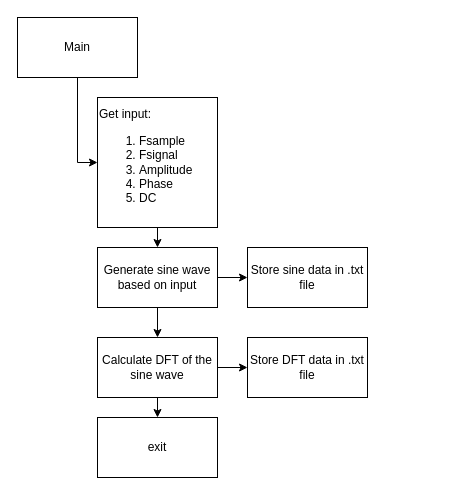
Earlier version of the draw.io diagram Report_Figures/DFT.drawio (broyildiz/5LIU0_Project). Source tidied: cells renumbered, new cells numbered last; positions are measured from the earlier drawing's top-left corner, leaving out a move shared by most shapes. Both pictures are drawn from the tidied source at 100%, with x=0, y=0 at pixel (17, 17).
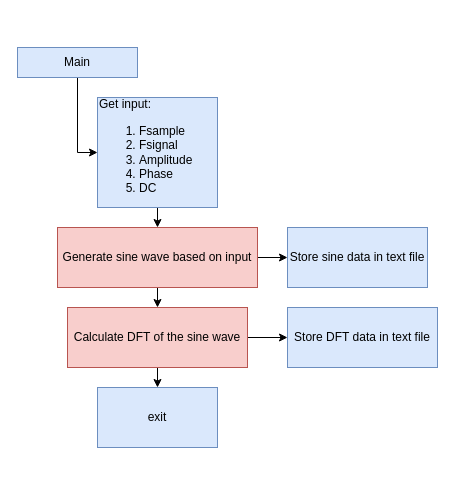
After the change.

The edit, as a diff of the source:
```diff
@@
 <mxGraphModel>
   <root>
     <mxCell id="0" />
     <mxCell id="1" parent="0" />
     <mxCell id="2" style="edgeStyle=orthogonalEdgeStyle;rounded=0;jettySize=auto;html=1;entryX=0;entryY=0.5;entryDx=0;entryDy=0;" parent="1" edge="1" source="3" target="5">
       <mxGeometry relative="1" as="geometry" />
     </mxCell>
-    <mxCell id="3" value="Main" style="rounded=0;whiteSpace=wrap;html=1;" parent="1" vertex="1">
-      <mxGeometry width="120" height="60" as="geometry" />
+    <mxCell id="3" value="Main" style="rounded=0;whiteSpace=wrap;html=1;fillColor=#dae8fc;strokeColor=#6c8ebf;" parent="1" vertex="1">
+      <mxGeometry y="30" width="120" height="30" as="geometry" />
     </mxCell>
     <mxCell id="4" style="edgeStyle=orthogonalEdgeStyle;rounded=0;jettySize=auto;html=1;exitX=0.5;exitY=1;exitDx=0;exitDy=0;entryX=0.5;entryY=0;entryDx=0;entryDy=0;" parent="1" edge="1" source="5" target="8">
       <mxGeometry relative="1" as="geometry" />
     </mxCell>
-    <mxCell id="5" value="Get input:&lt;br&gt;&lt;ol&gt;&lt;li&gt;Fsample&lt;/li&gt;&lt;li&gt;Fsignal&lt;/li&gt;&lt;li&gt;Amplitude&lt;/li&gt;&lt;li&gt;Phase&lt;/li&gt;&lt;li&gt;DC&lt;/li&gt;&lt;/ol&gt;" style="rounded=0;whiteSpace=wrap;html=1;align=left;" parent="1" vertex="1">
-      <mxGeometry x="80" y="80" width="120" height="130" as="geometry" />
+    <mxCell id="5" value="Get input:&lt;br&gt;&lt;ol&gt;&lt;li&gt;Fsample&lt;/li&gt;&lt;li&gt;Fsignal&lt;/li&gt;&lt;li&gt;Amplitude&lt;/li&gt;&lt;li&gt;Phase&lt;/li&gt;&lt;li&gt;DC&lt;/li&gt;&lt;/ol&gt;" style="rounded=0;whiteSpace=wrap;html=1;align=left;fillColor=#dae8fc;strokeColor=#6c8ebf;" parent="1" vertex="1">
+      <mxGeometry x="80" y="80" width="120" height="110" as="geometry" />
     </mxCell>
     <mxCell id="6" style="edgeStyle=orthogonalEdgeStyle;rounded=0;jettySize=auto;html=1;exitX=1;exitY=0.5;exitDx=0;exitDy=0;entryX=0;entryY=0.5;entryDx=0;entryDy=0;" parent="1" edge="1" source="8" target="9">
       <mxGeometry relative="1" as="geometry" />
     </mxCell>
     <mxCell id="7" style="edgeStyle=orthogonalEdgeStyle;rounded=0;jettySize=auto;html=1;exitX=0.5;exitY=1;exitDx=0;exitDy=0;entryX=0.5;entryY=0;entryDx=0;entryDy=0;" parent="1" edge="1" source="8" target="12">
       <mxGeometry relative="1" as="geometry" />
     </mxCell>
-    <mxCell id="8" value="Generate sine wave based on input" style="rounded=0;whiteSpace=wrap;html=1;" parent="1" vertex="1">
-      <mxGeometry x="80" y="230" width="120" height="60" as="geometry" />
+    <mxCell id="8" value="Generate sine wave based on input" style="rounded=0;whiteSpace=wrap;html=1;fillColor=#f8cecc;strokeColor=#b85450;" parent="1" vertex="1">
+      <mxGeometry x="40" y="210" width="200" height="60" as="geometry" />
     </mxCell>
-    <mxCell id="9" value="Store sine data in .txt file" style="rounded=0;whiteSpace=wrap;html=1;" parent="1" vertex="1">
-      <mxGeometry x="230" y="230" width="120" height="60" as="geometry" />
+    <mxCell id="9" value="Store sine data in text file" style="rounded=0;whiteSpace=wrap;html=1;fillColor=#dae8fc;strokeColor=#6c8ebf;" parent="1" vertex="1">
+      <mxGeometry x="270" y="210" width="140" height="60" as="geometry" />
     </mxCell>
     <mxCell id="10" style="edgeStyle=orthogonalEdgeStyle;rounded=0;jettySize=auto;html=1;exitX=1;exitY=0.5;exitDx=0;exitDy=0;entryX=0;entryY=0.5;entryDx=0;entryDy=0;" parent="1" edge="1" source="12" target="13">
       <mxGeometry relative="1" as="geometry" />
     </mxCell>
     <mxCell id="11" style="edgeStyle=orthogonalEdgeStyle;rounded=0;jettySize=auto;html=1;exitX=0.5;exitY=1;exitDx=0;exitDy=0;entryX=0.5;entryY=0;entryDx=0;entryDy=0;" parent="1" edge="1" source="12" target="14">
       <mxGeometry relative="1" as="geometry" />
     </mxCell>
-    <mxCell id="12" value="Calculate DFT of the sine wave" style="rounded=0;whiteSpace=wrap;html=1;" parent="1" vertex="1">
-      <mxGeometry x="80" y="320" width="120" height="60" as="geometry" />
+    <mxCell id="12" value="Calculate DFT of the sine wave" style="rounded=0;whiteSpace=wrap;html=1;fillColor=#f8cecc;strokeColor=#b85450;" parent="1" vertex="1">
+      <mxGeometry x="50" y="290" width="180" height="60" as="geometry" />
     </mxCell>
-    <mxCell id="13" value="Store DFT data in .txt file" style="rounded=0;whiteSpace=wrap;html=1;" parent="1" vertex="1">
-      <mxGeometry x="230" y="320" width="120" height="60" as="geometry" />
+    <mxCell id="13" value="Store DFT data in text file" style="rounded=0;whiteSpace=wrap;html=1;fillColor=#dae8fc;strokeColor=#6c8ebf;" parent="1" vertex="1">
+      <mxGeometry x="270" y="290" width="150" height="60" as="geometry" />
     </mxCell>
-    <mxCell id="14" value="exit" style="rounded=0;whiteSpace=wrap;html=1;" parent="1" vertex="1">
-      <mxGeometry x="80" y="400" width="120" height="60" as="geometry" />
+    <mxCell id="14" value="exit" style="rounded=0;whiteSpace=wrap;html=1;fillColor=#dae8fc;strokeColor=#6c8ebf;" parent="1" vertex="1">
+      <mxGeometry x="80" y="370" width="120" height="60" as="geometry" />
     </mxCell>
   </root>
 </mxGraphModel>
```
